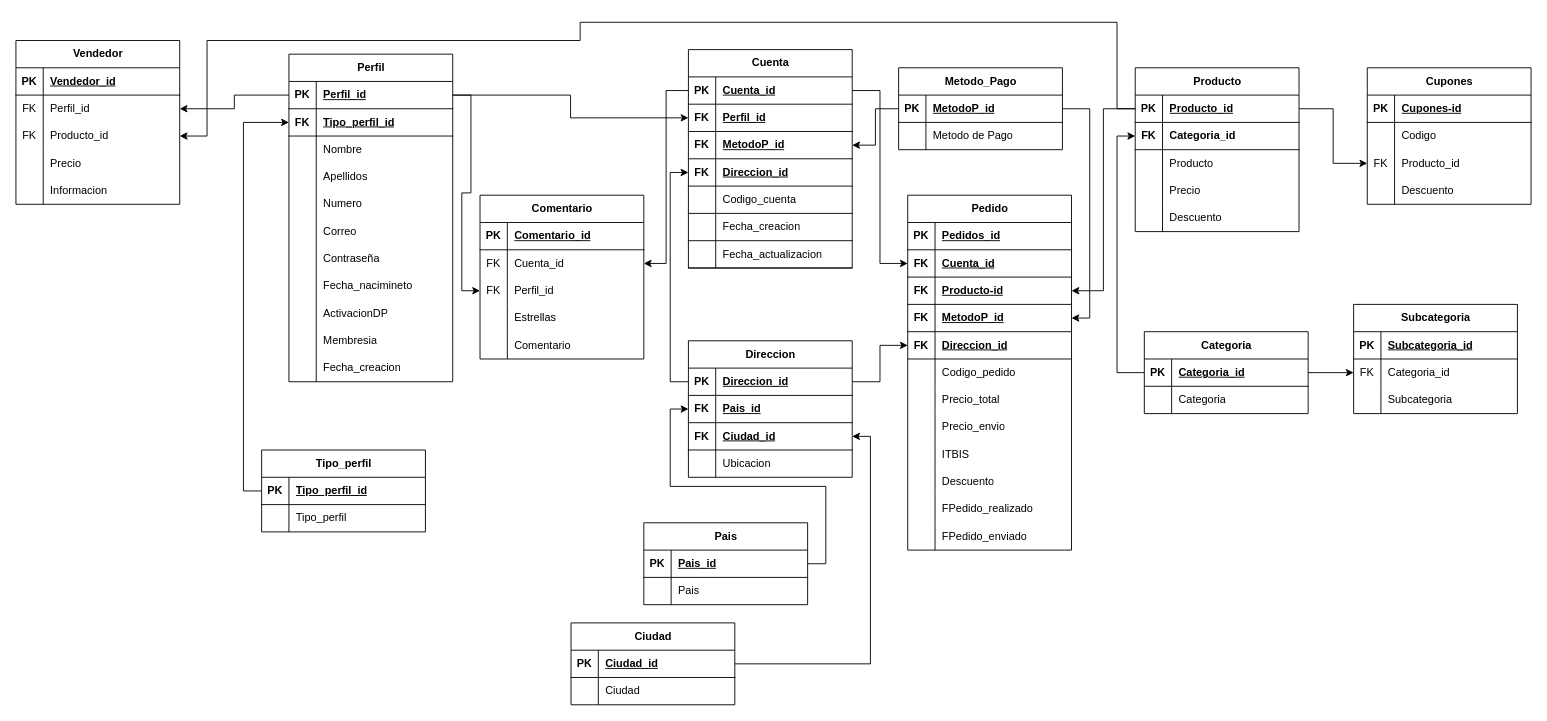
Theking1660/Tienda_Web keeps this draw.io diagram as TIenda_Diagrama.drawio. Above is the earlier version. Source tidied: cells renumbered, new cells numbered last; positions are measured from the earlier drawing's top-left corner, leaving out a move shared by most shapes. Both pictures are drawn from the tidied source at 91%, with x=0, y=0 at pixel (15, 22).
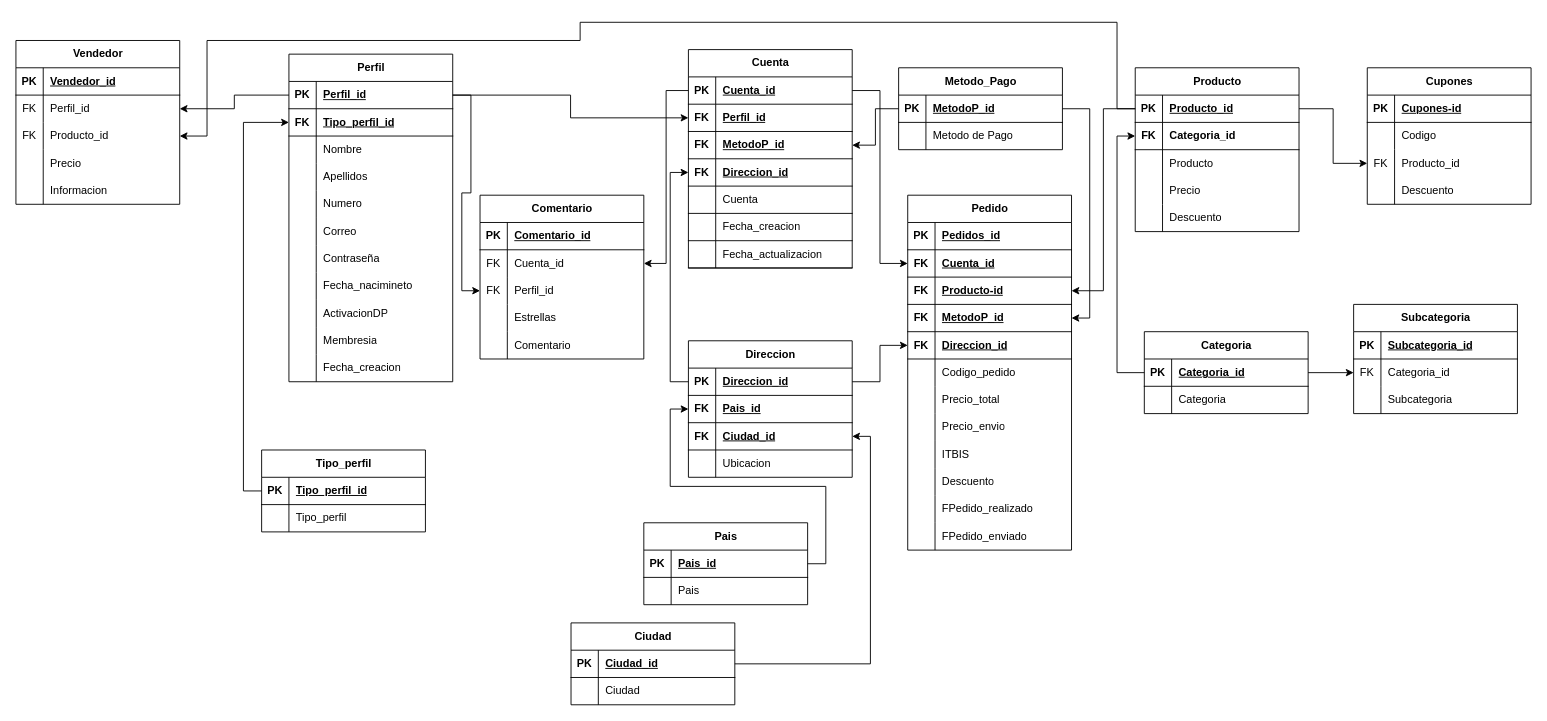
The same diagram, later.

The change refers to these unchanged cells:
```xml
<mxCell id="49" style="shape=tableRow;horizontal=0;startSize=0;swimlaneHead=0;swimlaneBody=0;fillColor=none;top=0;left=0;right=0;bottom=1;" parent="36" vertex="1">
  <mxGeometry y="150" width="180" height="30" as="geometry" />
</mxCell>
```

Diff of the diagram source:
```diff
@@
-    <mxCell id="51" value="Codigo_cuenta" style="shape=partialRectangle;fillColor=none;top=0;left=0;bottom=0;right=0;align=left;spacingLeft=6;fontStyle=0;overflow=hidden;whiteSpace=wrap;html=1;" parent="49" vertex="1">
+    <mxCell id="51" value="Cuenta" style="shape=partialRectangle;fillColor=none;top=0;left=0;bottom=0;right=0;align=left;spacingLeft=6;fontStyle=0;overflow=hidden;whiteSpace=wrap;html=1;" parent="49" vertex="1">
       <mxGeometry x="30" width="150" height="30" as="geometry" />
     </mxCell>
```
